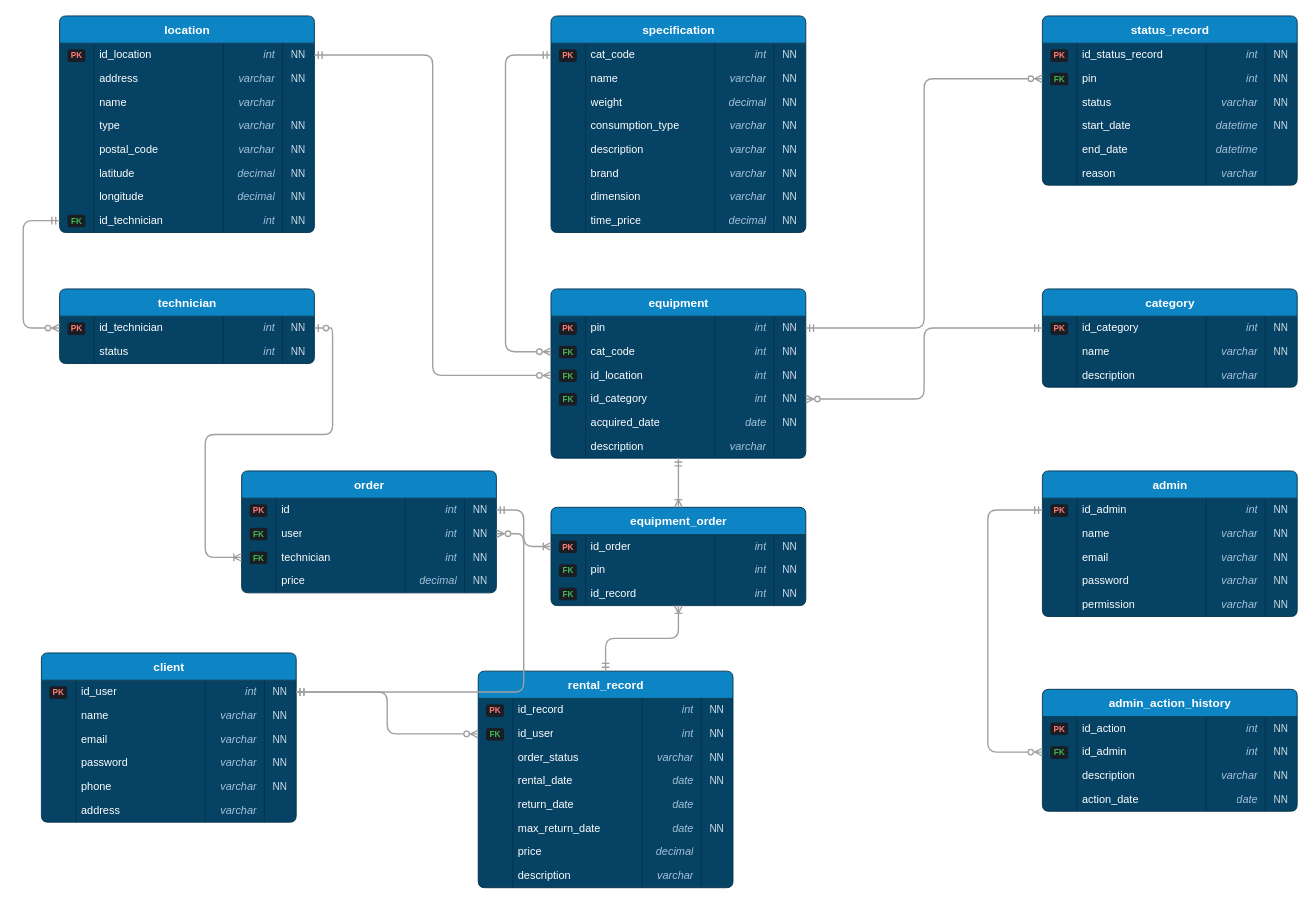
AF-Github1/ProjectoProgramacaoWeb keeps this draw.io diagram as ProjectoProgramacaoWeb/WebSchema.drawio. Above is the earlier version. Source tidied: cells renumbered, new cells numbered last; positions are measured from the earlier drawing's top-left corner, leaving out a move shared by most shapes. Both pictures are drawn from the tidied source at 91%, with x=0, y=0 at pixel (23, 15).
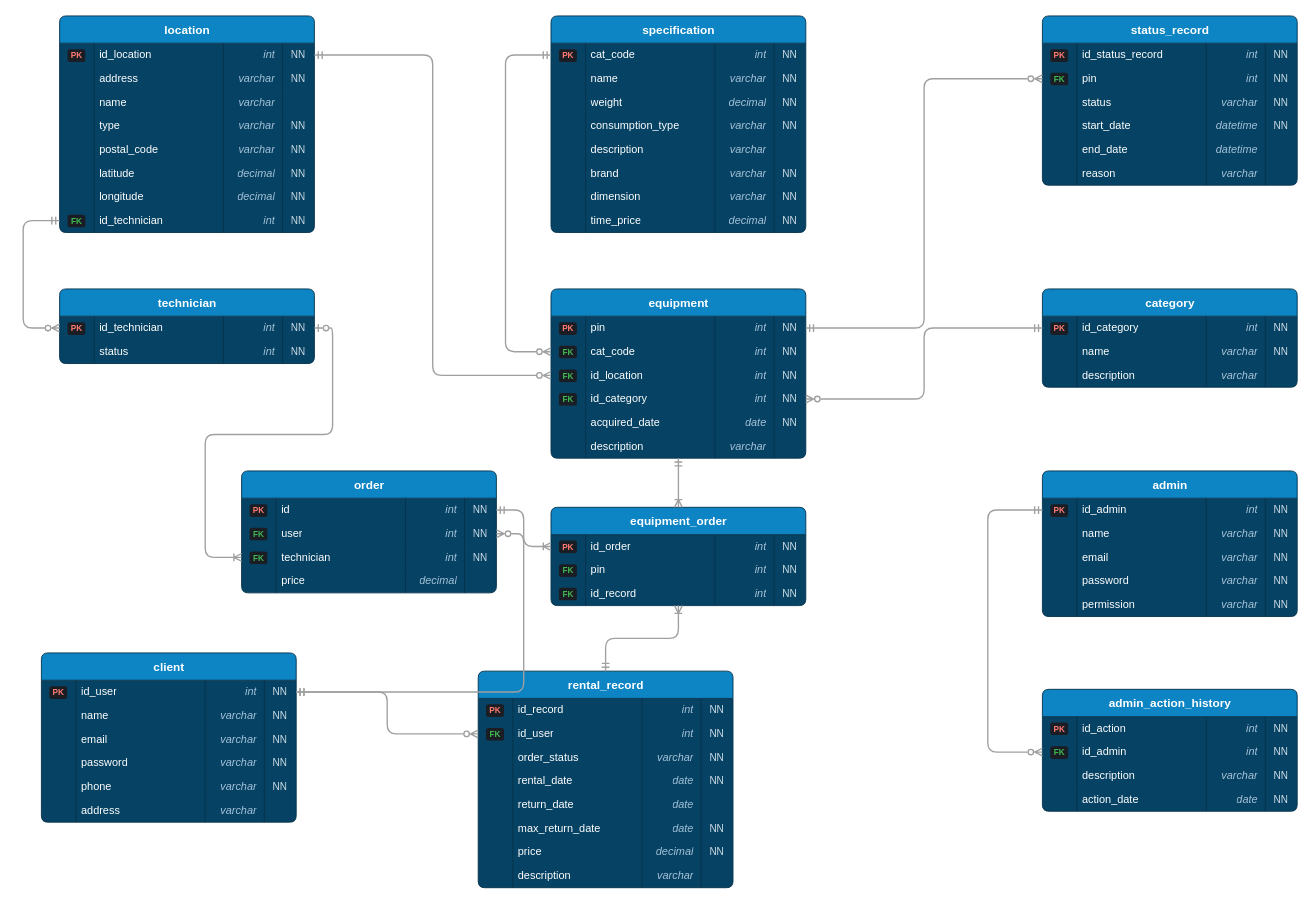
Above is the later version.

The change refers to these unchanged cells:
```xml
<mxCell id="70" style="shape=tableRow;horizontal=0;startSize=0;swimlaneHead=0;swimlaneBody=0;fillColor=none;top=0;left=0;right=0;bottom=0;html=1;" parent="54" vertex="1">
  <mxGeometry y="108" width="280" height="26" as="geometry" />
</mxCell>
<mxCell id="127" style="shape=tableRow;horizontal=0;startSize=0;swimlaneHead=0;swimlaneBody=0;fillColor=none;top=0;left=0;right=0;bottom=0;html=1;" parent="106" vertex="1">
  <mxGeometry y="134" width="280" height="26" as="geometry" />
</mxCell>
<mxCell id="225" style="shape=tableRow;horizontal=0;startSize=0;swimlaneHead=0;swimlaneBody=0;fillColor=none;top=0;left=0;right=0;bottom=0;html=1;" parent="194" vertex="1">
  <mxGeometry y="186" width="280" height="26" as="geometry" />
</mxCell>
```

Diff of the diagram source:
```diff
@@
-    <mxCell id="74" value="NN" style="shape=partialRectangle;fillColor=none;top=0;left=0;bottom=0;right=0;align=center;fontColor=#d0dee8;overflow=hidden;html=1;fontSize=11;" parent="70" vertex="1">
+    <mxCell id="74" style="shape=partialRectangle;fillColor=none;top=0;left=0;bottom=0;right=0;align=center;fontColor=#d0dee8;overflow=hidden;html=1;fontSize=11;" parent="70" vertex="1">
       <mxGeometry x="245" width="35" height="26" as="geometry" />
     </mxCell>
@@
-    <mxCell id="131" value="NN" style="shape=partialRectangle;fillColor=none;top=0;left=0;bottom=0;right=0;align=center;fontColor=#d0dee8;overflow=hidden;html=1;fontSize=11;" parent="127" vertex="1">
+    <mxCell id="131" style="shape=partialRectangle;fillColor=none;top=0;left=0;bottom=0;right=0;align=center;fontColor=#d0dee8;overflow=hidden;html=1;fontSize=11;" parent="127" vertex="1">
       <mxGeometry x="245" width="35" height="26" as="geometry" />
     </mxCell>
@@
-    <mxCell id="229" style="shape=partialRectangle;fillColor=none;top=0;left=0;bottom=0;right=0;align=center;fontColor=#d0dee8;overflow=hidden;html=1;fontSize=11;" parent="225" vertex="1">
+    <mxCell id="229" value="NN" style="shape=partialRectangle;fillColor=none;top=0;left=0;bottom=0;right=0;align=center;fontColor=#d0dee8;overflow=hidden;html=1;fontSize=11;" parent="225" vertex="1">
       <mxGeometry x="245" width="35" height="26" as="geometry" />
     </mxCell>
```
